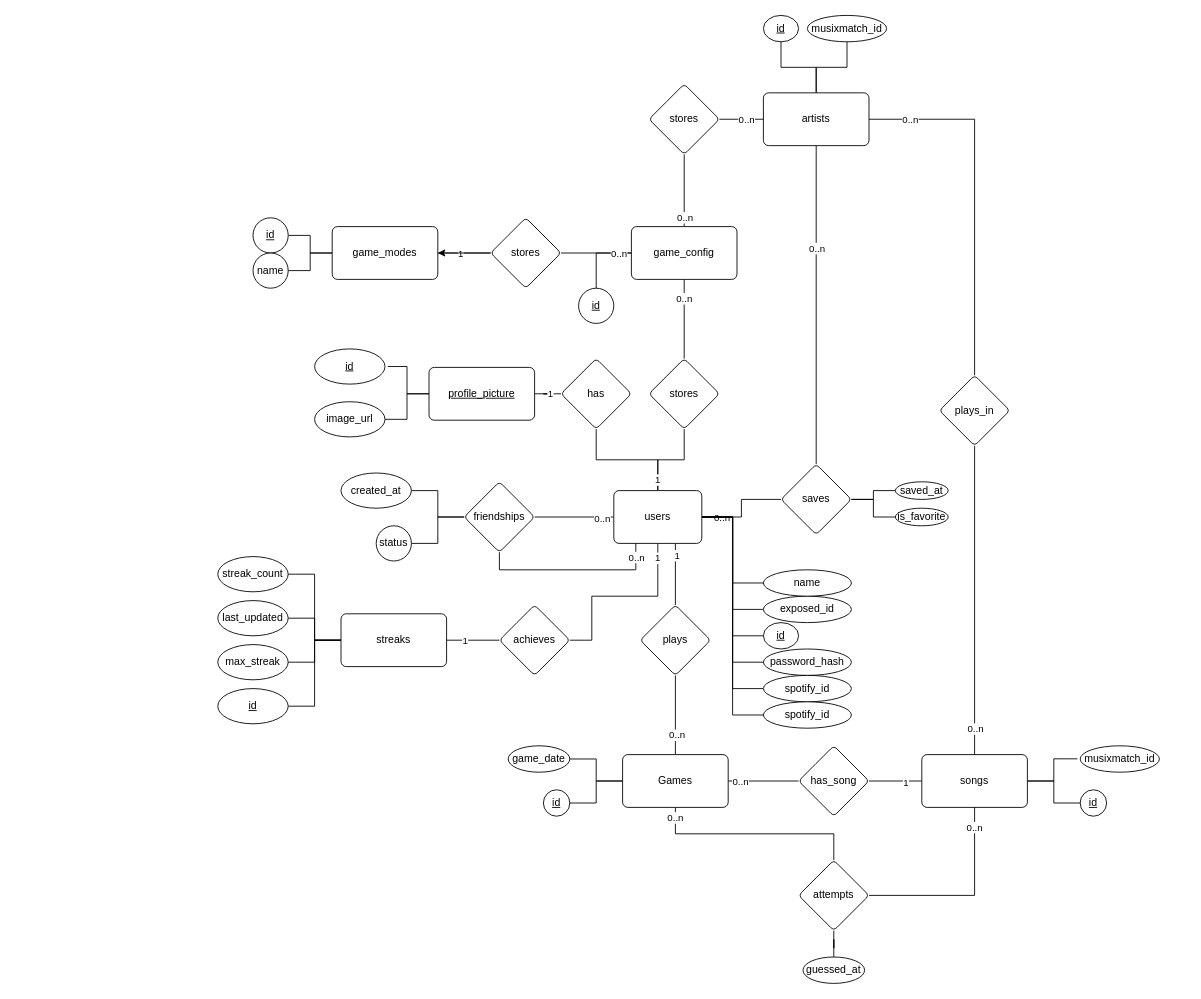
Above: docs/mer.drawio in mele-dev/miMelodle (draw.io), before the change. Source tidied: cells renumbered, new cells numbered last; positions are measured from the earlier drawing's top-left corner, leaving out a move shared by most shapes. Both pictures are drawn from the tidied source at 88%, with x=0, y=0 at pixel (217, 15).
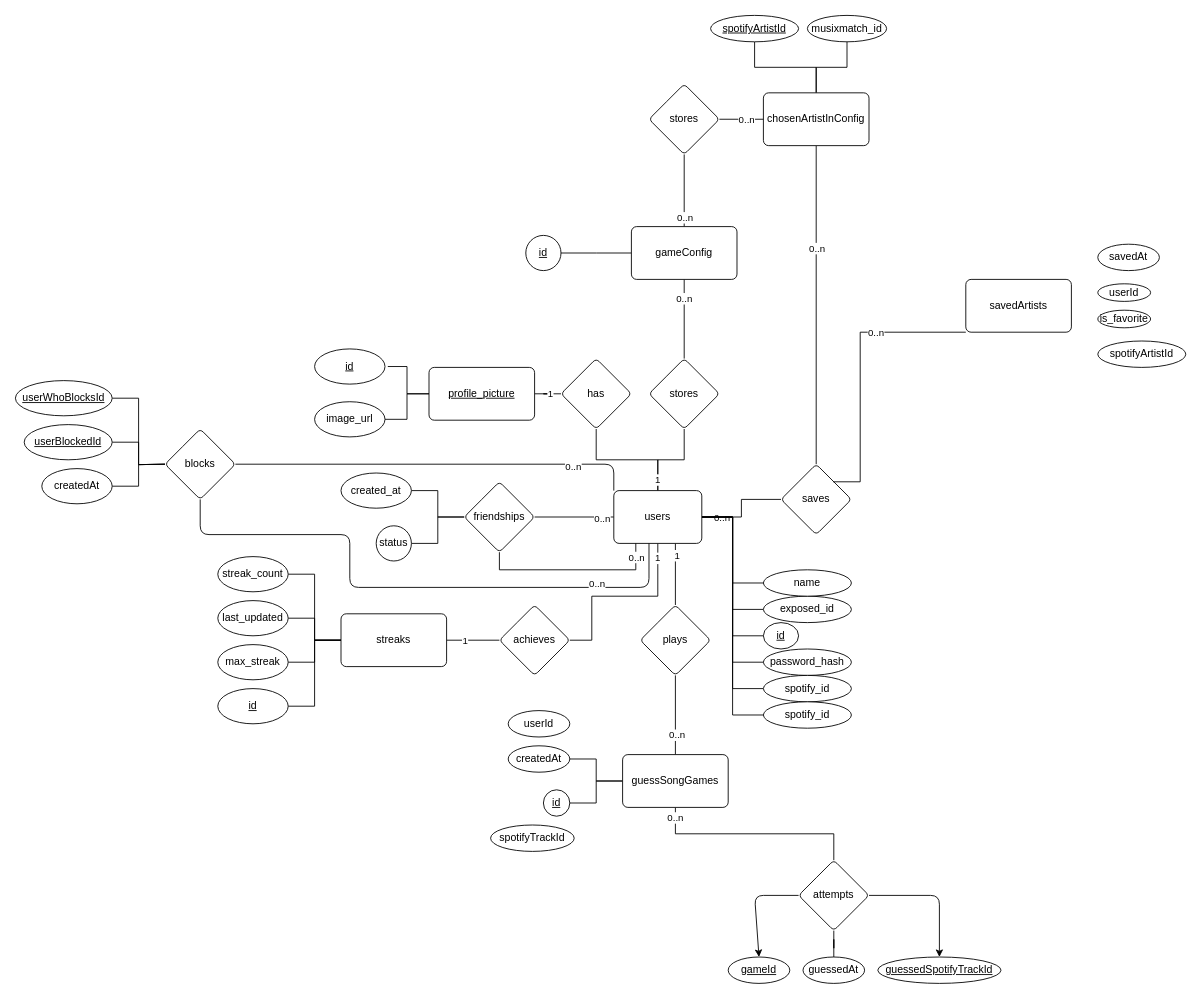
After the change.

Unchanged cells that the change refers to:
```xml
<mxCell id="20" value="users" style="rounded=1;arcSize=10;whiteSpace=wrap;html=1;align=center;enumerate=0;comic=0;" parent="1" vertex="1">
  <mxGeometry x="450" y="540" width="100" height="60" as="geometry" />
</mxCell>
<mxCell id="25" value="saves" style="rhombus;whiteSpace=wrap;html=1;rounded=1;arcSize=10;enumerate=0;comic=0;" parent="1" vertex="1">
  <mxGeometry x="640" y="510" width="80" height="80" as="geometry" />
</mxCell>
<mxCell id="82" value="attempts" style="rhombus;whiteSpace=wrap;html=1;rounded=1;arcSize=10;enumerate=0;comic=0;" parent="1" vertex="1">
  <mxGeometry x="660" y="960" width="80" height="80" as="geometry" />
</mxCell>
```

Diff of the diagram source:
```diff
@@
-    <mxCell id="23" style="edgeStyle=orthogonalEdgeStyle;rounded=0;jettySize=auto;html=1;enumerate=0;comic=0;endArrow=none;endFill=0;" parent="1" edge="1" source="25" target="33">
-      <mxGeometry relative="1" as="geometry" />
-    </mxCell>
-    <mxCell id="24" style="edgeStyle=orthogonalEdgeStyle;rounded=0;jettySize=auto;html=1;entryX=0;entryY=0.5;entryDx=0;entryDy=0;enumerate=0;comic=0;endArrow=none;endFill=0;" parent="1" edge="1" source="25" target="34">
-      <mxGeometry relative="1" as="geometry" />
-    </mxCell>
@@
-    <mxCell id="28" style="edgeStyle=orthogonalEdgeStyle;rounded=0;jettySize=auto;html=1;enumerate=0;comic=0;endArrow=none;endFill=0;" parent="1" edge="1" source="30" target="62">
-      <mxGeometry relative="1" as="geometry" />
-    </mxCell>
-    <mxCell id="29" value="0..n" style="edgeLabel;html=1;align=center;verticalAlign=middle;enumerate=0;comic=0;" parent="28" vertex="1">
-      <mxGeometry x="-0.6" y="-1" relative="1" as="geometry">
-        <mxPoint x="-36" y="-1" as="offset" />
-      </mxGeometry>
-    </mxCell>
-    <mxCell id="30" value="artists" style="whiteSpace=wrap;html=1;rounded=1;arcSize=10;enumerate=0;comic=0;" parent="1" vertex="1">
+    <mxCell id="30" value="chosenArtistInConfig" style="whiteSpace=wrap;html=1;rounded=1;arcSize=10;enumerate=0;comic=0;" parent="1" vertex="1">
       <mxGeometry x="620" y="88" width="120" height="60" as="geometry" />
     </mxCell>
-    <mxCell id="31" value="id" style="ellipse;whiteSpace=wrap;html=1;rounded=1;arcSize=10;fontStyle=4;enumerate=0;comic=0;" parent="1" vertex="1">
-      <mxGeometry x="620" width="40" height="30" as="geometry" />
+    <mxCell id="31" value="spotifyArtistId" style="ellipse;whiteSpace=wrap;html=1;rounded=1;arcSize=10;fontStyle=4;enumerate=0;comic=0;" parent="1" vertex="1">
+      <mxGeometry x="560" width="100" height="30" as="geometry" />
     </mxCell>
@@
-    <mxCell id="33" value="saved_at" style="ellipse;whiteSpace=wrap;html=1;rounded=1;arcSize=10;enumerate=0;comic=0;" parent="1" vertex="1">
-      <mxGeometry x="770" y="530" width="60" height="20" as="geometry" />
-    </mxCell>
-    <mxCell id="34" value="is_favorite" style="ellipse;whiteSpace=wrap;html=1;rounded=1;arcSize=10;enumerate=0;comic=0;" parent="1" vertex="1">
-      <mxGeometry x="770" y="560" width="60" height="20" as="geometry" />
-    </mxCell>
@@
-    <mxCell id="45" style="edgeStyle=orthogonalEdgeStyle;rounded=0;jettySize=auto;html=1;enumerate=0;comic=0;endArrow=none;endFill=0;" parent="1" edge="1" source="51" target="54">
-      <mxGeometry relative="1" as="geometry" />
-    </mxCell>
-    <mxCell id="46" value="0..n" style="edgeLabel;html=1;align=center;verticalAlign=middle;enumerate=0;comic=0;" parent="45" vertex="1">
-      <mxGeometry x="-0.67" relative="1" as="geometry" />
-    </mxCell>
@@
-    <mxCell id="51" value="Games" style="rounded=1;whiteSpace=wrap;html=1;arcSize=10;enumerate=0;comic=0;" parent="1" vertex="1">
+    <mxCell id="51" value="guessSongGames" style="rounded=1;whiteSpace=wrap;html=1;arcSize=10;enumerate=0;comic=0;" parent="1" vertex="1">
       <mxGeometry x="460" y="840" width="120" height="60" as="geometry" />
     </mxCell>
-    <mxCell id="52" style="edgeStyle=orthogonalEdgeStyle;rounded=0;jettySize=auto;html=1;enumerate=0;comic=0;endArrow=none;endFill=0;" parent="1" edge="1" source="54" target="57">
-      <mxGeometry relative="1" as="geometry" />
-    </mxCell>
-    <mxCell id="53" value="1" style="edgeLabel;html=1;align=center;verticalAlign=middle;enumerate=0;comic=0;" parent="52" vertex="1">
-      <mxGeometry x="0.37" y="-1" relative="1" as="geometry" />
-    </mxCell>
-    <mxCell id="54" value="has_song" style="rhombus;whiteSpace=wrap;html=1;rounded=1;arcSize=10;enumerate=0;comic=0;" parent="1" vertex="1">
-      <mxGeometry x="660" y="830" width="80" height="80" as="geometry" />
-    </mxCell>
-    <mxCell id="55" style="edgeStyle=orthogonalEdgeStyle;rounded=0;jettySize=auto;html=1;enumerate=0;comic=0;endArrow=none;endFill=0;" parent="1" edge="1" source="57" target="63">
-      <mxGeometry relative="1" as="geometry" />
-    </mxCell>
-    <mxCell id="56" style="edgeStyle=orthogonalEdgeStyle;rounded=0;jettySize=auto;html=1;entryX=-0.035;entryY=0.494;entryDx=0;entryDy=0;entryPerimeter=0;enumerate=0;comic=0;endArrow=none;endFill=0;" parent="1" edge="1" source="57" target="64">
-      <mxGeometry relative="1" as="geometry" />
-    </mxCell>
-    <mxCell id="57" value="songs" style="whiteSpace=wrap;html=1;rounded=1;arcSize=10;enumerate=0;comic=0;" parent="1" vertex="1">
-      <mxGeometry x="800" y="840" width="120" height="60" as="geometry" />
-    </mxCell>
@@
-    <mxCell id="59" value="game_date" style="ellipse;whiteSpace=wrap;html=1;rounded=1;arcSize=10;fontStyle=0;enumerate=0;comic=0;" parent="1" vertex="1">
+    <mxCell id="59" value="createdAt" style="ellipse;whiteSpace=wrap;html=1;rounded=1;arcSize=10;fontStyle=0;enumerate=0;comic=0;" parent="1" vertex="1">
       <mxGeometry x="330" y="830" width="70" height="30" as="geometry" />
     </mxCell>
-    <mxCell id="60" style="edgeStyle=orthogonalEdgeStyle;rounded=0;jettySize=auto;html=1;entryX=0.5;entryY=0;entryDx=0;entryDy=0;enumerate=0;comic=0;endArrow=none;endFill=0;" parent="1" edge="1" source="62" target="57">
-      <mxGeometry relative="1" as="geometry" />
-    </mxCell>
-    <mxCell id="61" value="0..n" style="edgeLabel;html=1;align=center;verticalAlign=middle;enumerate=0;comic=0;" parent="60" vertex="1">
-      <mxGeometry x="0.89" relative="1" as="geometry">
-        <mxPoint y="-11" as="offset" />
-      </mxGeometry>
-    </mxCell>
-    <mxCell id="62" value="plays_in" style="rhombus;whiteSpace=wrap;html=1;rounded=1;arcSize=10;enumerate=0;comic=0;" parent="1" vertex="1">
-      <mxGeometry x="820" y="409" width="80" height="80" as="geometry" />
-    </mxCell>
-    <mxCell id="63" value="id" style="ellipse;whiteSpace=wrap;html=1;rounded=1;arcSize=10;fontStyle=4;enumerate=0;comic=0;" parent="1" vertex="1">
-      <mxGeometry x="980" y="880" width="30" height="30" as="geometry" />
-    </mxCell>
-    <mxCell id="64" value="musixmatch_id" style="ellipse;whiteSpace=wrap;html=1;rounded=1;arcSize=10;fontStyle=0;enumerate=0;comic=0;" parent="1" vertex="1">
-      <mxGeometry x="980" y="830" width="90" height="30" as="geometry" />
-    </mxCell>
@@
-    <mxCell id="79" style="edgeStyle=orthogonalEdgeStyle;rounded=0;jettySize=auto;html=1;entryX=0.5;entryY=1;entryDx=0;entryDy=0;enumerate=0;comic=0;endArrow=none;endFill=0;" parent="1" edge="1" source="82" target="57">
-      <mxGeometry relative="1" as="geometry" />
-    </mxCell>
-    <mxCell id="80" value="0..n" style="edgeLabel;html=1;align=center;verticalAlign=middle;enumerate=0;comic=0;" parent="79" vertex="1">
-      <mxGeometry x="0.8" y="1" relative="1" as="geometry" />
-    </mxCell>
@@
+    <mxCell id="118" style="edgeStyle=none;html=1;exitX=0;exitY=0.5;exitDx=0;exitDy=0;entryX=0.5;entryY=0;entryDx=0;entryDy=0;" parent="1" edge="1" source="82" target="139">
+      <mxGeometry relative="1" as="geometry">
+        <Array as="points">
+          <mxPoint x="610" y="1000" />
+        </Array>
+      </mxGeometry>
+    </mxCell>
+    <mxCell id="119" style="edgeStyle=none;html=1;exitX=1;exitY=0.5;exitDx=0;exitDy=0;entryX=0.5;entryY=0;entryDx=0;entryDy=0;" parent="1" edge="1" source="82" target="140">
+      <mxGeometry relative="1" as="geometry">
+        <Array as="points">
+          <mxPoint x="820" y="1000" />
+        </Array>
+      </mxGeometry>
+    </mxCell>
@@
-    <mxCell id="83" value="guessed_at" style="ellipse;whiteSpace=wrap;html=1;rounded=1;arcSize=10;fontStyle=0;enumerate=0;comic=0;" parent="1" vertex="1">
+    <mxCell id="83" value="guessedAt" style="ellipse;whiteSpace=wrap;html=1;rounded=1;arcSize=10;fontStyle=0;enumerate=0;comic=0;" parent="1" vertex="1">
       <mxGeometry x="665" y="1070" width="70" height="30" as="geometry" />
     </mxCell>
@@
-    <mxCell id="87" style="edgeStyle=orthogonalEdgeStyle;rounded=0;jettySize=auto;html=1;enumerate=0;comic=0;endArrow=none;endFill=0;" parent="1" edge="1" source="92" target="93">
-      <mxGeometry relative="1" as="geometry" />
-    </mxCell>
-    <mxCell id="88" style="edgeStyle=orthogonalEdgeStyle;rounded=0;jettySize=auto;html=1;entryX=1;entryY=0.5;entryDx=0;entryDy=0;enumerate=0;comic=0;endArrow=none;endFill=0;" parent="1" edge="1" source="92" target="97">
-      <mxGeometry relative="1" as="geometry" />
+    <mxCell id="88" style="edgeStyle=orthogonalEdgeStyle;rounded=0;jettySize=auto;html=1;entryX=1;entryY=0.5;entryDx=0;entryDy=0;enumerate=0;comic=0;endArrow=none;endFill=0;" parent="1" edge="1" source="92">
+      <mxGeometry relative="1" as="geometry">
+        <mxPoint x="390" y="270" as="targetPoint" />
+      </mxGeometry>
     </mxCell>
-    <mxCell id="89" value="0..n" style="edgeLabel;html=1;align=center;verticalAlign=middle;enumerate=0;comic=0;" parent="88" vertex="1">
-      <mxGeometry x="-0.62" relative="1" as="geometry" />
-    </mxCell>
@@
-    <mxCell id="92" value="game_config" style="whiteSpace=wrap;html=1;rounded=1;arcSize=10;enumerate=0;comic=0;" parent="1" vertex="1">
+    <mxCell id="92" value="gameConfig" style="whiteSpace=wrap;html=1;rounded=1;arcSize=10;enumerate=0;comic=0;" parent="1" vertex="1">
       <mxGeometry x="470" y="240" width="120" height="60" as="geometry" />
     </mxCell>
     <mxCell id="93" value="id" style="ellipse;whiteSpace=wrap;html=1;rounded=1;arcSize=10;fontStyle=4;enumerate=0;comic=0;" parent="1" vertex="1">
-      <mxGeometry x="410" y="310" width="40" height="40" as="geometry" />
+      <mxGeometry x="350" y="250" width="40" height="40" as="geometry" />
     </mxCell>
-    <mxCell id="94" style="edgeStyle=orthogonalEdgeStyle;rounded=0;jettySize=auto;html=1;enumerate=0;comic=0;" parent="1" edge="1" source="97" target="100">
-      <mxGeometry relative="1" as="geometry" />
-    </mxCell>
-    <mxCell id="95" value="1" style="edgeLabel;html=1;align=center;verticalAlign=middle;enumerate=0;comic=0;" parent="94" vertex="1">
-      <mxGeometry x="0.16" relative="1" as="geometry" />
-    </mxCell>
-    <mxCell id="96" style="edgeStyle=orthogonalEdgeStyle;rounded=0;jettySize=auto;html=1;enumerate=0;comic=0;endArrow=none;endFill=0;" parent="1" edge="1" source="97">
-      <mxGeometry relative="1" as="geometry">
-        <mxPoint x="230" y="270" as="targetPoint" />
-      </mxGeometry>
-    </mxCell>
-    <mxCell id="97" value="stores" style="rhombus;whiteSpace=wrap;html=1;rounded=1;arcSize=10;enumerate=0;comic=0;" parent="1" vertex="1">
-      <mxGeometry x="310" y="230" width="80" height="80" as="geometry" />
-    </mxCell>
-    <mxCell id="98" style="edgeStyle=orthogonalEdgeStyle;rounded=0;jettySize=auto;html=1;entryX=1;entryY=0.5;entryDx=0;entryDy=0;enumerate=0;comic=0;endArrow=none;endFill=0;" parent="1" edge="1" source="100" target="101">
-      <mxGeometry relative="1" as="geometry" />
-    </mxCell>
-    <mxCell id="99" style="edgeStyle=orthogonalEdgeStyle;rounded=0;jettySize=auto;html=1;entryX=1;entryY=0.5;entryDx=0;entryDy=0;enumerate=0;comic=0;endArrow=none;endFill=0;" parent="1" edge="1" source="100" target="102">
-      <mxGeometry relative="1" as="geometry" />
-    </mxCell>
-    <mxCell id="100" value="game_modes" style="whiteSpace=wrap;html=1;rounded=1;arcSize=10;enumerate=0;comic=0;" parent="1" vertex="1">
-      <mxGeometry x="130" y="240" width="120" height="60" as="geometry" />
-    </mxCell>
-    <mxCell id="101" value="id" style="ellipse;whiteSpace=wrap;html=1;rounded=1;arcSize=10;fontStyle=4;enumerate=0;comic=0;" parent="1" vertex="1">
-      <mxGeometry x="40" y="230" width="40" height="40" as="geometry" />
-    </mxCell>
-    <mxCell id="102" value="name" style="ellipse;whiteSpace=wrap;html=1;rounded=1;arcSize=10;fontStyle=0;enumerate=0;comic=0;" parent="1" vertex="1">
-      <mxGeometry x="40" y="270" width="40" height="40" as="geometry" />
-    </mxCell>
@@
+    <mxCell id="120" value="savedArtists" style="whiteSpace=wrap;html=1;rounded=1;arcSize=10;enumerate=0;comic=0;" parent="1" vertex="1">
+      <mxGeometry x="850" y="300" width="120" height="60" as="geometry" />
+    </mxCell>
+    <mxCell id="121" value="userId" style="ellipse;whiteSpace=wrap;html=1;rounded=1;arcSize=10;enumerate=0;comic=0;" parent="1" vertex="1">
+      <mxGeometry x="1000" y="305" width="60" height="20" as="geometry" />
+    </mxCell>
+    <mxCell id="34" value="is_favorite" style="ellipse;whiteSpace=wrap;html=1;rounded=1;arcSize=10;enumerate=0;comic=0;" parent="1" vertex="1">
+      <mxGeometry x="1000" y="335" width="60" height="20" as="geometry" />
+    </mxCell>
+    <mxCell id="122" style="edgeStyle=orthogonalEdgeStyle;rounded=0;jettySize=auto;html=1;enumerate=0;comic=0;endArrow=none;endFill=0;entryX=0;entryY=1;entryDx=0;entryDy=0;" parent="1" edge="1" target="120">
+      <mxGeometry relative="1" as="geometry">
+        <mxPoint x="699.3" y="530" as="sourcePoint" />
+        <Array as="points">
+          <mxPoint x="730" y="530" />
+          <mxPoint x="730" y="360" />
+        </Array>
+      </mxGeometry>
+    </mxCell>
+    <mxCell id="123" value="0..n" style="edgeLabel;html=1;align=center;verticalAlign=middle;enumerate=0;comic=0;" parent="122" vertex="1">
+      <mxGeometry x="0.36" relative="1" as="geometry" />
+    </mxCell>
+    <mxCell id="124" value="spotifyArtistId" style="ellipse;whiteSpace=wrap;html=1;rounded=1;arcSize=10;enumerate=0;comic=0;" parent="1" vertex="1">
+      <mxGeometry x="1000" y="370" width="100" height="30" as="geometry" />
+    </mxCell>
+    <mxCell id="125" value="savedAt" style="ellipse;whiteSpace=wrap;html=1;rounded=1;arcSize=10;enumerate=0;comic=0;" parent="1" vertex="1">
+      <mxGeometry x="1000" y="260" width="70" height="30" as="geometry" />
+    </mxCell>
+    <mxCell id="126" style="endArrow=none;html=1;entryX=0;entryY=0;entryDx=0;entryDy=0;" parent="1" edge="1" target="20">
+      <mxGeometry relative="1" as="geometry">
+        <mxPoint x="20" y="510" as="sourcePoint" />
+        <Array as="points">
+          <mxPoint x="450" y="510" />
+        </Array>
+      </mxGeometry>
+    </mxCell>
+    <mxCell id="127" value="blocks" style="rhombus;whiteSpace=wrap;html=1;rounded=1;arcSize=10;enumerate=0;comic=0;" parent="1" vertex="1">
+      <mxGeometry x="-60" y="470" width="80" height="80" as="geometry" />
+    </mxCell>
+    <mxCell id="128" style="edgeStyle=orthogonalEdgeStyle;rounded=0;jettySize=auto;html=1;entryX=1;entryY=0.5;entryDx=0;entryDy=0;enumerate=0;comic=0;endArrow=none;endFill=0;" parent="1" edge="1" target="131">
+      <mxGeometry relative="1" as="geometry">
+        <mxPoint x="-60" y="510" as="sourcePoint" />
+      </mxGeometry>
+    </mxCell>
+    <mxCell id="129" style="edgeStyle=orthogonalEdgeStyle;rounded=0;jettySize=auto;html=1;entryX=1;entryY=0.5;entryDx=0;entryDy=0;enumerate=0;comic=0;endArrow=none;endFill=0;" parent="1" edge="1" target="132">
+      <mxGeometry relative="1" as="geometry">
+        <mxPoint x="-60" y="510" as="sourcePoint" />
+      </mxGeometry>
+    </mxCell>
+    <mxCell id="130" style="edgeStyle=orthogonalEdgeStyle;rounded=0;jettySize=auto;html=1;entryX=1;entryY=0.5;entryDx=0;entryDy=0;enumerate=0;comic=0;endArrow=none;endFill=0;" parent="1" edge="1" target="133">
+      <mxGeometry relative="1" as="geometry">
+        <mxPoint x="-60" y="510" as="sourcePoint" />
+      </mxGeometry>
+    </mxCell>
+    <mxCell id="131" value="&lt;u&gt;userWhoBlocksId&lt;/u&gt;" style="ellipse;whiteSpace=wrap;html=1;rounded=1;arcSize=10;enumerate=0;comic=0;" parent="1" vertex="1">
+      <mxGeometry x="-230" y="415" width="110" height="40" as="geometry" />
+    </mxCell>
+    <mxCell id="132" value="&lt;u&gt;userBlockedId&lt;/u&gt;" style="ellipse;whiteSpace=wrap;html=1;rounded=1;arcSize=10;enumerate=0;comic=0;" parent="1" vertex="1">
+      <mxGeometry x="-220" y="465" width="100" height="40" as="geometry" />
+    </mxCell>
+    <mxCell id="133" value="createdAt" style="ellipse;whiteSpace=wrap;html=1;rounded=1;arcSize=10;enumerate=0;comic=0;" parent="1" vertex="1">
+      <mxGeometry x="-200" y="515" width="80" height="40" as="geometry" />
+    </mxCell>
+    <mxCell id="134" value="0..n" style="edgeLabel;html=1;align=center;verticalAlign=middle;enumerate=0;comic=0;" parent="1" vertex="1">
+      <mxGeometry x="446.2" y="581" as="geometry">
+        <mxPoint x="-43" y="-69" as="offset" />
+      </mxGeometry>
+    </mxCell>
+    <mxCell id="135" style="endArrow=none;html=1;exitX=0.5;exitY=1;exitDx=0;exitDy=0;entryX=0.4;entryY=1;entryDx=0;entryDy=0;entryPerimeter=0;" parent="1" edge="1" source="127" target="20">
+      <mxGeometry relative="1" as="geometry">
+        <Array as="points">
+          <mxPoint x="-20" y="590" />
+          <mxPoint x="150" y="590" />
+          <mxPoint x="150" y="650" />
+          <mxPoint x="490" y="650" />
+        </Array>
+      </mxGeometry>
+    </mxCell>
+    <mxCell id="136" value="0..n" style="edgeLabel;html=1;align=center;verticalAlign=middle;enumerate=0;comic=0;" parent="1" vertex="1">
+      <mxGeometry x="430" y="645" as="geometry" />
+    </mxCell>
+    <mxCell id="137" value="userId" style="ellipse;whiteSpace=wrap;html=1;rounded=1;arcSize=10;fontStyle=0;enumerate=0;comic=0;" parent="1" vertex="1">
+      <mxGeometry x="330" y="790" width="70" height="30" as="geometry" />
+    </mxCell>
+    <mxCell id="138" value="spotifyTrackId" style="ellipse;whiteSpace=wrap;html=1;rounded=1;arcSize=10;fontStyle=0;enumerate=0;comic=0;" parent="1" vertex="1">
+      <mxGeometry x="310" y="920" width="95" height="30" as="geometry" />
+    </mxCell>
+    <mxCell id="139" value="&lt;u&gt;gameId&lt;/u&gt;" style="ellipse;whiteSpace=wrap;html=1;rounded=1;arcSize=10;fontStyle=0;enumerate=0;comic=0;" parent="1" vertex="1">
+      <mxGeometry x="580" y="1070" width="70" height="30" as="geometry" />
+    </mxCell>
+    <mxCell id="140" value="&lt;u&gt;guessedSpotifyTrackId&lt;/u&gt;" style="ellipse;whiteSpace=wrap;html=1;rounded=1;arcSize=10;fontStyle=0;enumerate=0;comic=0;" parent="1" vertex="1">
+      <mxGeometry x="750" y="1070" width="140" height="30" as="geometry" />
+    </mxCell>
```
